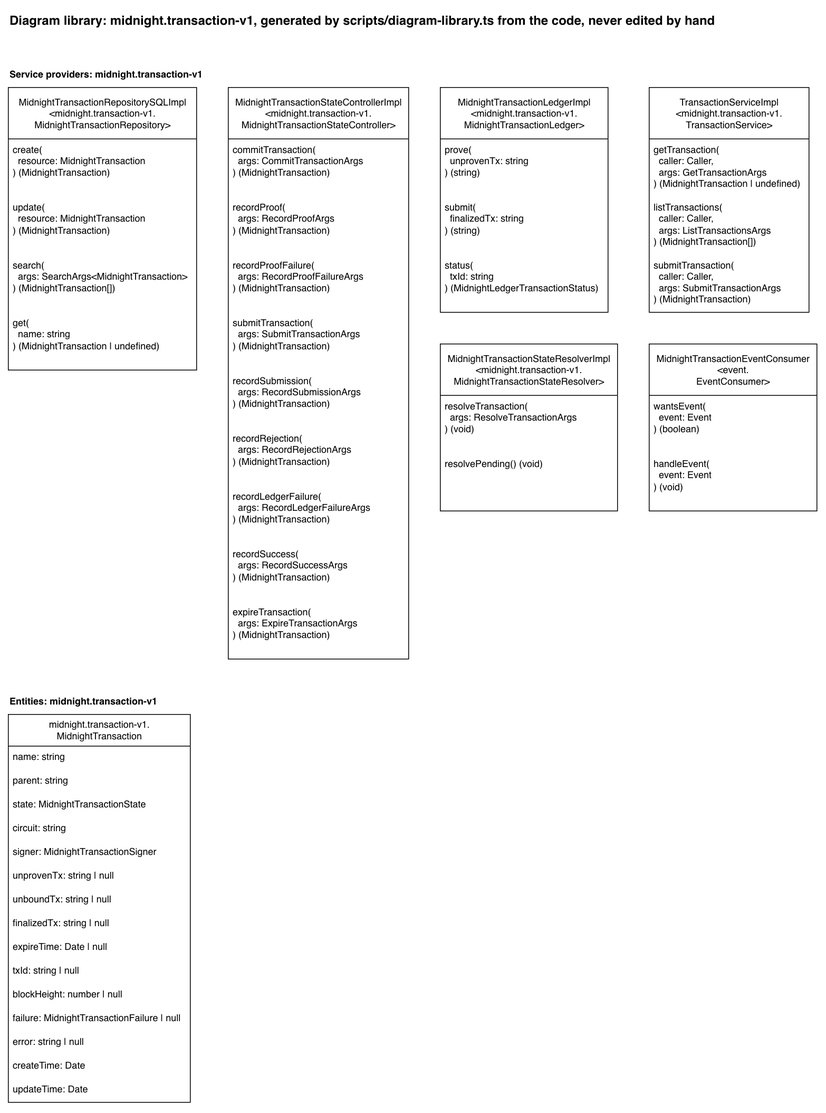
Earlier version of the draw.io export docs/diagram-library/midnight/transaction-v1/diagram-library.drawio.png (sig-net/full-stack-demo). Source tidied: cells renumbered, new cells last; positions are measured from the earlier drawing's top-left corner, leaving out a move shared by most shapes.
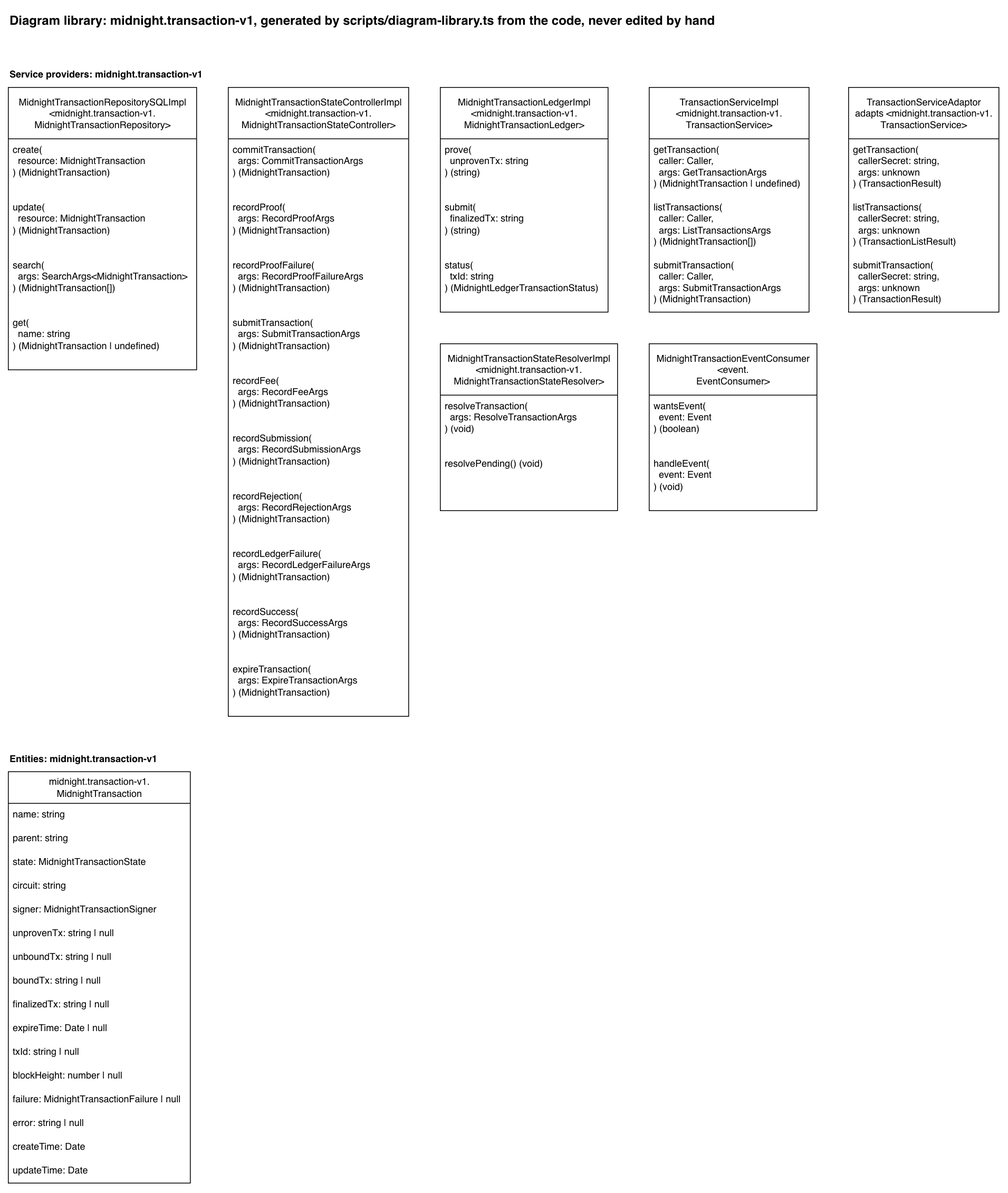
After the change.

Change to the diagram source:
```diff
@@ -24,7 +24,7 @@
       <mxGeometry y="284" width="238" height="73" as="geometry" />
     </mxCell>
     <mxCell id="9" value="MidnightTransactionStateControllerImpl&lt;br&gt;&amp;lt;midnight.transaction-v1.&lt;br&gt;MidnightTransactionStateController&amp;gt;" style="swimlane;fontStyle=0;horizontal=1;startSize=65;fillColor=default;html=1;fillStyle=solid;" parent="1" vertex="1">
-      <mxGeometry x="278" y="100" width="228" height="722" as="geometry" />
+      <mxGeometry x="278" y="100" width="228" height="795" as="geometry" />
     </mxCell>
     <mxCell id="10" value="commitTransaction(&lt;br&gt;&amp;nbsp; args: CommitTransactionArgs&lt;br&gt;) (MidnightTransaction)" style="text;strokeColor=none;fillColor=none;align=left;verticalAlign=top;spacingLeft=4;spacingRight=4;overflow=hidden;whiteSpace=wrap;html=1;" parent="9" vertex="1">
       <mxGeometry y="65" width="228" height="73" as="geometry" />
@@ -38,20 +38,23 @@
     <mxCell id="13" value="submitTransaction(&lt;br&gt;&amp;nbsp; args: SubmitTransactionArgs&lt;br&gt;) (MidnightTransaction)" style="text;strokeColor=none;fillColor=none;align=left;verticalAlign=top;spacingLeft=4;spacingRight=4;overflow=hidden;whiteSpace=wrap;html=1;" parent="9" vertex="1">
       <mxGeometry y="284" width="228" height="73" as="geometry" />
     </mxCell>
+    <mxCell id="50" value="recordFee(&lt;br&gt;&amp;nbsp; args: RecordFeeArgs&lt;br&gt;) (MidnightTransaction)" style="text;strokeColor=none;fillColor=none;align=left;verticalAlign=top;spacingLeft=4;spacingRight=4;overflow=hidden;whiteSpace=wrap;html=1;" parent="9" vertex="1">
+      <mxGeometry y="357" width="228" height="73" as="geometry" />
+    </mxCell>
     <mxCell id="14" value="recordSubmission(&lt;br&gt;&amp;nbsp; args: RecordSubmissionArgs&lt;br&gt;) (MidnightTransaction)" style="text;strokeColor=none;fillColor=none;align=left;verticalAlign=top;spacingLeft=4;spacingRight=4;overflow=hidden;whiteSpace=wrap;html=1;" parent="9" vertex="1">
-      <mxGeometry y="357" width="228" height="73" as="geometry" />
+      <mxGeometry y="430" width="228" height="73" as="geometry" />
     </mxCell>
     <mxCell id="15" value="recordRejection(&lt;br&gt;&amp;nbsp; args: RecordRejectionArgs&lt;br&gt;) (MidnightTransaction)" style="text;strokeColor=none;fillColor=none;align=left;verticalAlign=top;spacingLeft=4;spacingRight=4;overflow=hidden;whiteSpace=wrap;html=1;" parent="9" vertex="1">
-      <mxGeometry y="430" width="228" height="73" as="geometry" />
+      <mxGeometry y="503" width="228" height="73" as="geometry" />
     </mxCell>
     <mxCell id="16" value="recordLedgerFailure(&lt;br&gt;&amp;nbsp; args: RecordLedgerFailureArgs&lt;br&gt;) (MidnightTransaction)" style="text;strokeColor=none;fillColor=none;align=left;verticalAlign=top;spacingLeft=4;spacingRight=4;overflow=hidden;whiteSpace=wrap;html=1;" parent="9" vertex="1">
-      <mxGeometry y="503" width="228" height="73" as="geometry" />
+      <mxGeometry y="576" width="228" height="73" as="geometry" />
     </mxCell>
     <mxCell id="17" value="recordSuccess(&lt;br&gt;&amp;nbsp; args: RecordSuccessArgs&lt;br&gt;) (MidnightTransaction)" style="text;strokeColor=none;fillColor=none;align=left;verticalAlign=top;spacingLeft=4;spacingRight=4;overflow=hidden;whiteSpace=wrap;html=1;" parent="9" vertex="1">
-      <mxGeometry y="576" width="228" height="73" as="geometry" />
+      <mxGeometry y="649" width="228" height="73" as="geometry" />
     </mxCell>
     <mxCell id="18" value="expireTransaction(&lt;br&gt;&amp;nbsp; args: ExpireTransactionArgs&lt;br&gt;) (MidnightTransaction)" style="text;strokeColor=none;fillColor=none;align=left;verticalAlign=top;spacingLeft=4;spacingRight=4;overflow=hidden;whiteSpace=wrap;html=1;" parent="9" vertex="1">
-      <mxGeometry y="649" width="228" height="73" as="geometry" />
+      <mxGeometry y="722" width="228" height="73" as="geometry" />
     </mxCell>
     <mxCell id="19" value="MidnightTransactionLedgerImpl&lt;br&gt;&amp;lt;midnight.transaction-v1.&lt;br&gt;MidnightTransactionLedger&amp;gt;" style="swimlane;fontStyle=0;horizontal=1;startSize=65;fillColor=default;html=1;fillStyle=solid;" parent="1" vertex="1">
       <mxGeometry x="546" y="100" width="212" height="284" as="geometry" />
@@ -95,11 +98,23 @@
     <mxCell id="32" value="handleEvent(&lt;br&gt;&amp;nbsp; event: Event&lt;br&gt;) (void)" style="text;strokeColor=none;fillColor=none;align=left;verticalAlign=top;spacingLeft=4;spacingRight=4;overflow=hidden;whiteSpace=wrap;html=1;" parent="30" vertex="1">
       <mxGeometry y="138" width="212" height="73" as="geometry" />
     </mxCell>
+    <mxCell id="51" value="TransactionServiceAdaptor&lt;br&gt;adapts &amp;lt;midnight.transaction-v1.&lt;br&gt;TransactionService&amp;gt;" style="swimlane;fontStyle=0;horizontal=1;startSize=65;fillColor=default;html=1;fillStyle=solid;" parent="1" vertex="1">
+      <mxGeometry x="1062" y="100" width="190" height="284" as="geometry" />
+    </mxCell>
+    <mxCell id="52" value="getTransaction(&lt;br&gt;&amp;nbsp; callerSecret: string,&lt;br&gt;&amp;nbsp; args: unknown&lt;br&gt;) (TransactionResult)" style="text;strokeColor=none;fillColor=none;align=left;verticalAlign=top;spacingLeft=4;spacingRight=4;overflow=hidden;whiteSpace=wrap;html=1;" parent="51" vertex="1">
+      <mxGeometry y="65" width="190" height="73" as="geometry" />
+    </mxCell>
+    <mxCell id="53" value="listTransactions(&lt;br&gt;&amp;nbsp; callerSecret: string,&lt;br&gt;&amp;nbsp; args: unknown&lt;br&gt;) (TransactionListResult)" style="text;strokeColor=none;fillColor=none;align=left;verticalAlign=top;spacingLeft=4;spacingRight=4;overflow=hidden;whiteSpace=wrap;html=1;" parent="51" vertex="1">
+      <mxGeometry y="138" width="190" height="73" as="geometry" />
+    </mxCell>
+    <mxCell id="54" value="submitTransaction(&lt;br&gt;&amp;nbsp; callerSecret: string,&lt;br&gt;&amp;nbsp; args: unknown&lt;br&gt;) (TransactionResult)" style="text;strokeColor=none;fillColor=none;align=left;verticalAlign=top;spacingLeft=4;spacingRight=4;overflow=hidden;whiteSpace=wrap;html=1;" parent="51" vertex="1">
+      <mxGeometry y="211" width="190" height="73" as="geometry" />
+    </mxCell>
     <mxCell id="33" value="Entities: midnight.transaction-v1" style="text;html=1;fontStyle=1;" parent="1" vertex="1">
-      <mxGeometry y="862" width="208" height="20" as="geometry" />
+      <mxGeometry y="935" width="208" height="20" as="geometry" />
     </mxCell>
     <mxCell id="34" value="midnight.transaction-v1.&lt;br&gt;MidnightTransaction" style="swimlane;fontStyle=0;horizontal=1;startSize=40;fillColor=default;html=1;fillStyle=solid;" parent="1" vertex="1">
-      <mxGeometry y="892" width="230" height="490" as="geometry" />
+      <mxGeometry y="965" width="230" height="520" as="geometry" />
     </mxCell>
     <mxCell id="35" value="name: string" style="text;strokeColor=none;fillColor=none;align=left;verticalAlign=top;spacingLeft=4;spacingRight=4;overflow=hidden;whiteSpace=wrap;html=1;" parent="34" vertex="1">
       <mxGeometry y="40" width="230" height="30" as="geometry" />
@@ -122,29 +137,32 @@
     <mxCell id="41" value="unboundTx: string | null" style="text;strokeColor=none;fillColor=none;align=left;verticalAlign=top;spacingLeft=4;spacingRight=4;overflow=hidden;whiteSpace=wrap;html=1;" parent="34" vertex="1">
       <mxGeometry y="220" width="230" height="30" as="geometry" />
     </mxCell>
+    <mxCell id="55" value="boundTx: string | null" style="text;strokeColor=none;fillColor=none;align=left;verticalAlign=top;spacingLeft=4;spacingRight=4;overflow=hidden;whiteSpace=wrap;html=1;" parent="34" vertex="1">
+      <mxGeometry y="250" width="230" height="30" as="geometry" />
+    </mxCell>
     <mxCell id="42" value="finalizedTx: string | null" style="text;strokeColor=none;fillColor=none;align=left;verticalAlign=top;spacingLeft=4;spacingRight=4;overflow=hidden;whiteSpace=wrap;html=1;" parent="34" vertex="1">
-      <mxGeometry y="250" width="230" height="30" as="geometry" />
+      <mxGeometry y="280" width="230" height="30" as="geometry" />
     </mxCell>
     <mxCell id="43" value="expireTime: Date | null" style="text;strokeColor=none;fillColor=none;align=left;verticalAlign=top;spacingLeft=4;spacingRight=4;overflow=hidden;whiteSpace=wrap;html=1;" parent="34" vertex="1">
-      <mxGeometry y="280" width="230" height="30" as="geometry" />
+      <mxGeometry y="310" width="230" height="30" as="geometry" />
     </mxCell>
     <mxCell id="44" value="txId: string | null" style="text;strokeColor=none;fillColor=none;align=left;verticalAlign=top;spacingLeft=4;spacingRight=4;overflow=hidden;whiteSpace=wrap;html=1;" parent="34" vertex="1">
-      <mxGeometry y="310" width="230" height="30" as="geometry" />
+      <mxGeometry y="340" width="230" height="30" as="geometry" />
     </mxCell>
     <mxCell id="45" value="blockHeight: number | null" style="text;strokeColor=none;fillColor=none;align=left;verticalAlign=top;spacingLeft=4;spacingRight=4;overflow=hidden;whiteSpace=wrap;html=1;" parent="34" vertex="1">
-      <mxGeometry y="340" width="230" height="30" as="geometry" />
+      <mxGeometry y="370" width="230" height="30" as="geometry" />
     </mxCell>
     <mxCell id="46" value="failure: MidnightTransactionFailure | null" style="text;strokeColor=none;fillColor=none;align=left;verticalAlign=top;spacingLeft=4;spacingRight=4;overflow=hidden;whiteSpace=wrap;html=1;" parent="34" vertex="1">
-      <mxGeometry y="370" width="230" height="30" as="geometry" />
+      <mxGeometry y="400" width="230" height="30" as="geometry" />
     </mxCell>
     <mxCell id="47" value="error: string | null" style="text;strokeColor=none;fillColor=none;align=left;verticalAlign=top;spacingLeft=4;spacingRight=4;overflow=hidden;whiteSpace=wrap;html=1;" parent="34" vertex="1">
-      <mxGeometry y="400" width="230" height="30" as="geometry" />
+      <mxGeometry y="430" width="230" height="30" as="geometry" />
     </mxCell>
     <mxCell id="48" value="createTime: Date" style="text;strokeColor=none;fillColor=none;align=left;verticalAlign=top;spacingLeft=4;spacingRight=4;overflow=hidden;whiteSpace=wrap;html=1;" parent="34" vertex="1">
-      <mxGeometry y="430" width="230" height="30" as="geometry" />
+      <mxGeometry y="460" width="230" height="30" as="geometry" />
     </mxCell>
     <mxCell id="49" value="updateTime: Date" style="text;strokeColor=none;fillColor=none;align=left;verticalAlign=top;spacingLeft=4;spacingRight=4;overflow=hidden;whiteSpace=wrap;html=1;" parent="34" vertex="1">
-      <mxGeometry y="460" width="230" height="30" as="geometry" />
+      <mxGeometry y="490" width="230" height="30" as="geometry" />
     </mxCell>
   </root>
 </mxGraphModel>
```
